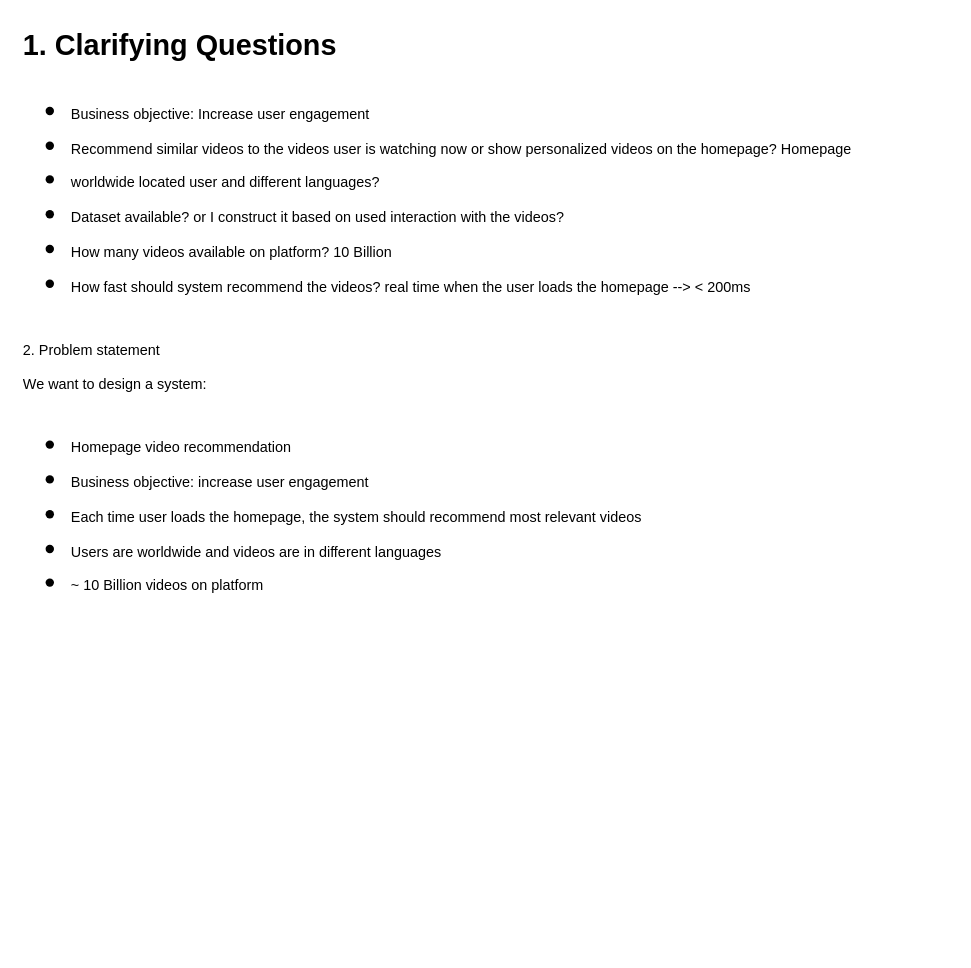
Above: Untitled Diagram.drawio in SanazBehbahani/ML-System-Design (draw.io), before the change. Source tidied: cells renumbered, new cells numbered last; positions are measured from the earlier drawing's top-left corner, leaving out a move shared by most shapes. Both pictures are drawn from the tidied source at 120%, with x=0, y=0 at pixel (20, 20).
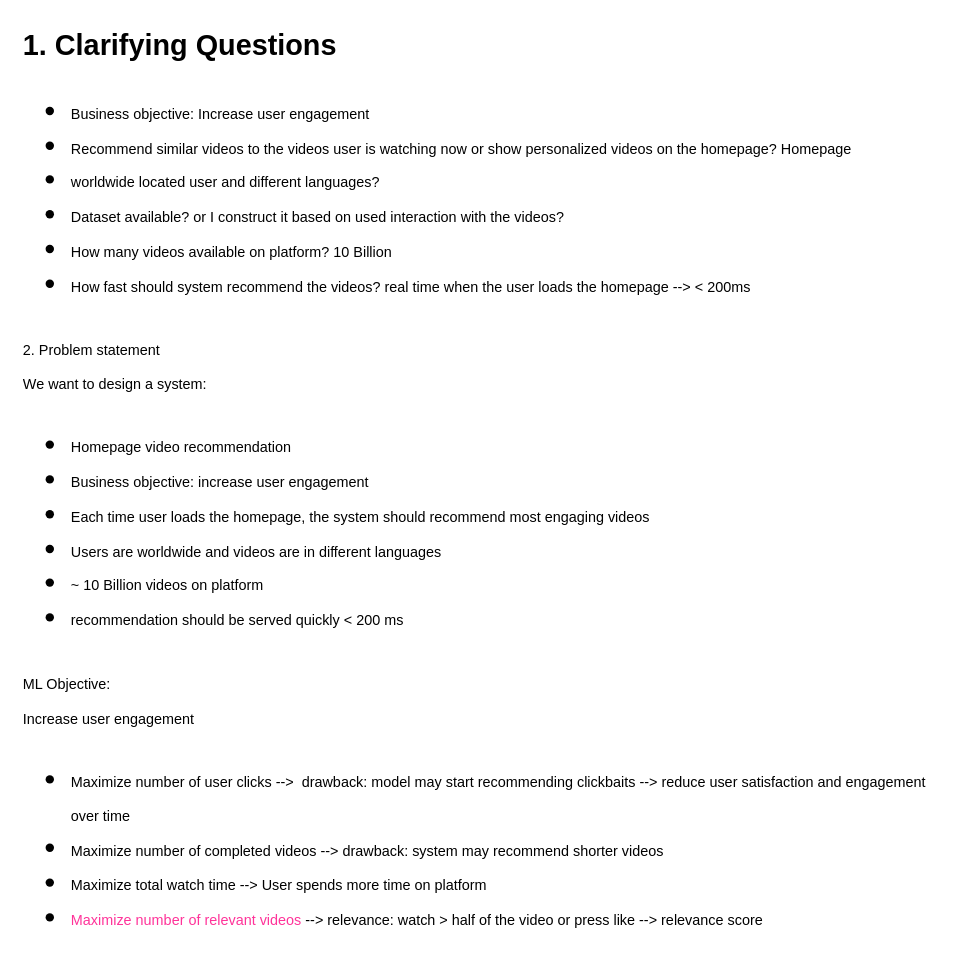
The same diagram, later.

Change to the diagram source:
```diff
@@
 <mxGraphModel>
   <root>
     <mxCell id="0" />
     <mxCell id="1" parent="0" />
-    <mxCell id="2" value="&lt;h1 style=&quot;margin-top: 0px;&quot;&gt;1. Clarifying Questions&lt;/h1&gt;&lt;h1 style=&quot;margin-top: 0px;&quot;&gt;&lt;ul&gt;&lt;li&gt;&lt;span style=&quot;font-size: 12px; font-weight: 400;&quot;&gt;Business objective: Increase user engagement&lt;/span&gt;&lt;/li&gt;&lt;li&gt;&lt;span style=&quot;font-size: 12px; font-weight: 400;&quot;&gt;Recommend similar videos to the videos user is watching now or show personalized videos on the homepage? Homepage&lt;/span&gt;&lt;/li&gt;&lt;li&gt;&lt;span style=&quot;font-size: 12px; font-weight: 400;&quot;&gt;worldwide located user and different languages?&amp;nbsp;&lt;/span&gt;&lt;/li&gt;&lt;li&gt;&lt;span style=&quot;font-size: 12px; font-weight: 400;&quot;&gt;Dataset available? or I construct it based on used interaction with the videos?&amp;nbsp;&lt;/span&gt;&lt;/li&gt;&lt;li&gt;&lt;span style=&quot;font-size: 12px; font-weight: 400;&quot;&gt;How many videos available on platform? 10 Billion&lt;/span&gt;&lt;/li&gt;&lt;li&gt;&lt;span style=&quot;font-size: 12px; font-weight: 400;&quot;&gt;How fast should system recommend the videos? real time when the user loads the homepage --&amp;gt; &amp;lt; 200ms&lt;/span&gt;&lt;/li&gt;&lt;/ul&gt;&lt;div&gt;&lt;span style=&quot;font-size: 12px; font-weight: 400;&quot;&gt;2. Problem statement&lt;/span&gt;&lt;/div&gt;&lt;div&gt;&lt;span style=&quot;font-size: 12px; font-weight: 400;&quot;&gt;We want to design a system:&amp;nbsp;&lt;/span&gt;&lt;/div&gt;&lt;div&gt;&lt;ul&gt;&lt;li&gt;&lt;span style=&quot;font-size: 12px; font-weight: 400;&quot;&gt;Homepage video recommendation&lt;/span&gt;&lt;/li&gt;&lt;li&gt;&lt;span style=&quot;font-size: 12px; font-weight: 400;&quot;&gt;Business objective: increase user engagement&lt;/span&gt;&lt;/li&gt;&lt;li&gt;&lt;span style=&quot;font-size: 12px; font-weight: 400;&quot;&gt;Each time user loads the homepage, the system should recommend most relevant videos&lt;/span&gt;&lt;/li&gt;&lt;li&gt;&lt;span style=&quot;font-size: 12px; font-weight: 400;&quot;&gt;Users are worldwide and videos are in different languages&lt;/span&gt;&lt;/li&gt;&lt;li&gt;&lt;span style=&quot;font-size: 12px; font-weight: 400;&quot;&gt;~ 10 Billion videos on platform&lt;/span&gt;&lt;/li&gt;&lt;/ul&gt;&lt;/div&gt;&lt;/h1&gt;" style="text;html=1;whiteSpace=wrap;overflow=hidden;rounded=0;" parent="1" vertex="1">
+    <mxCell id="2" value="&lt;h1 style=&quot;margin-top: 0px;&quot;&gt;1. Clarifying Questions&lt;/h1&gt;&lt;h1 style=&quot;margin-top: 0px;&quot;&gt;&lt;ul&gt;&lt;li&gt;&lt;span style=&quot;font-size: 12px; font-weight: 400;&quot;&gt;Business objective: Increase user engagement&lt;/span&gt;&lt;/li&gt;&lt;li&gt;&lt;span style=&quot;font-size: 12px; font-weight: 400;&quot;&gt;Recommend similar videos to the videos user is watching now or show personalized videos on the homepage? Homepage&lt;/span&gt;&lt;/li&gt;&lt;li&gt;&lt;span style=&quot;font-size: 12px; font-weight: 400;&quot;&gt;worldwide located user and different languages?&amp;nbsp;&lt;/span&gt;&lt;/li&gt;&lt;li&gt;&lt;span style=&quot;font-size: 12px; font-weight: 400;&quot;&gt;Dataset available? or I construct it based on used interaction with the videos?&amp;nbsp;&lt;/span&gt;&lt;/li&gt;&lt;li&gt;&lt;span style=&quot;font-size: 12px; font-weight: 400;&quot;&gt;How many videos available on platform? 10 Billion&lt;/span&gt;&lt;/li&gt;&lt;li&gt;&lt;span style=&quot;font-size: 12px; font-weight: 400;&quot;&gt;How fast should system recommend the videos? real time when the user loads the homepage --&amp;gt; &amp;lt; 200ms&lt;/span&gt;&lt;/li&gt;&lt;/ul&gt;&lt;div&gt;&lt;span style=&quot;font-size: 12px; font-weight: 400;&quot;&gt;2. Problem statement&lt;/span&gt;&lt;/div&gt;&lt;div&gt;&lt;span style=&quot;font-size: 12px; font-weight: 400;&quot;&gt;We want to design a system:&amp;nbsp;&lt;/span&gt;&lt;/div&gt;&lt;div&gt;&lt;ul&gt;&lt;li&gt;&lt;span style=&quot;font-size: 12px; font-weight: 400;&quot;&gt;Homepage video recommendation&lt;/span&gt;&lt;/li&gt;&lt;li&gt;&lt;span style=&quot;font-size: 12px; font-weight: 400;&quot;&gt;Business objective: increase user engagement&lt;/span&gt;&lt;/li&gt;&lt;li&gt;&lt;span style=&quot;font-size: 12px; font-weight: 400;&quot;&gt;Each time user loads the homepage, the system should recommend most engaging videos&lt;/span&gt;&lt;/li&gt;&lt;li&gt;&lt;span style=&quot;font-size: 12px; font-weight: 400;&quot;&gt;Users are worldwide and videos are in different languages&lt;/span&gt;&lt;/li&gt;&lt;li&gt;&lt;span style=&quot;font-size: 12px; font-weight: 400;&quot;&gt;~ 10 Billion videos on platform&lt;/span&gt;&lt;/li&gt;&lt;li&gt;&lt;span style=&quot;font-size: 12px; font-weight: 400;&quot;&gt;recommendation should be served quickly &amp;lt; 200 ms&lt;/span&gt;&lt;/li&gt;&lt;/ul&gt;&lt;div&gt;&lt;span style=&quot;font-size: 12px; font-weight: 400;&quot;&gt;ML Objective:&amp;nbsp;&lt;/span&gt;&lt;/div&gt;&lt;/div&gt;&lt;div&gt;&lt;span style=&quot;font-size: 12px; font-weight: 400;&quot;&gt;Increase user engagement&lt;/span&gt;&lt;/div&gt;&lt;div&gt;&lt;ul&gt;&lt;li&gt;&lt;span style=&quot;font-size: 12px; font-weight: 400;&quot;&gt;Maximize number of user clicks --&amp;gt; &amp;nbsp;drawback: model may start recommending clickbaits --&amp;gt; reduce user satisfaction and engagement over time&lt;/span&gt;&lt;/li&gt;&lt;li&gt;&lt;span style=&quot;font-size: 12px; font-weight: 400;&quot;&gt;Maximize number of completed&amp;nbsp;videos --&amp;gt; drawback: system may recommend shorter videos&lt;/span&gt;&lt;/li&gt;&lt;li&gt;&lt;span style=&quot;font-size: 12px; font-weight: 400;&quot;&gt;Maximize total watch time --&amp;gt; User spends more time on platform&lt;/span&gt;&lt;/li&gt;&lt;li&gt;&lt;span style=&quot;font-size: 12px; font-weight: 400;&quot;&gt;&lt;font color=&quot;#ff3399&quot;&gt;Maximize number of relevant videos &lt;/font&gt;--&amp;gt; relevance: watch &amp;gt; half of the video or press like --&amp;gt; relevance score&lt;/span&gt;&lt;/li&gt;&lt;/ul&gt;&lt;/div&gt;&lt;/h1&gt;" style="text;html=1;whiteSpace=wrap;overflow=hidden;rounded=0;" parent="1" vertex="1">
       <mxGeometry width="775" height="770" as="geometry" />
     </mxCell>
   </root>
 </mxGraphModel>
```
